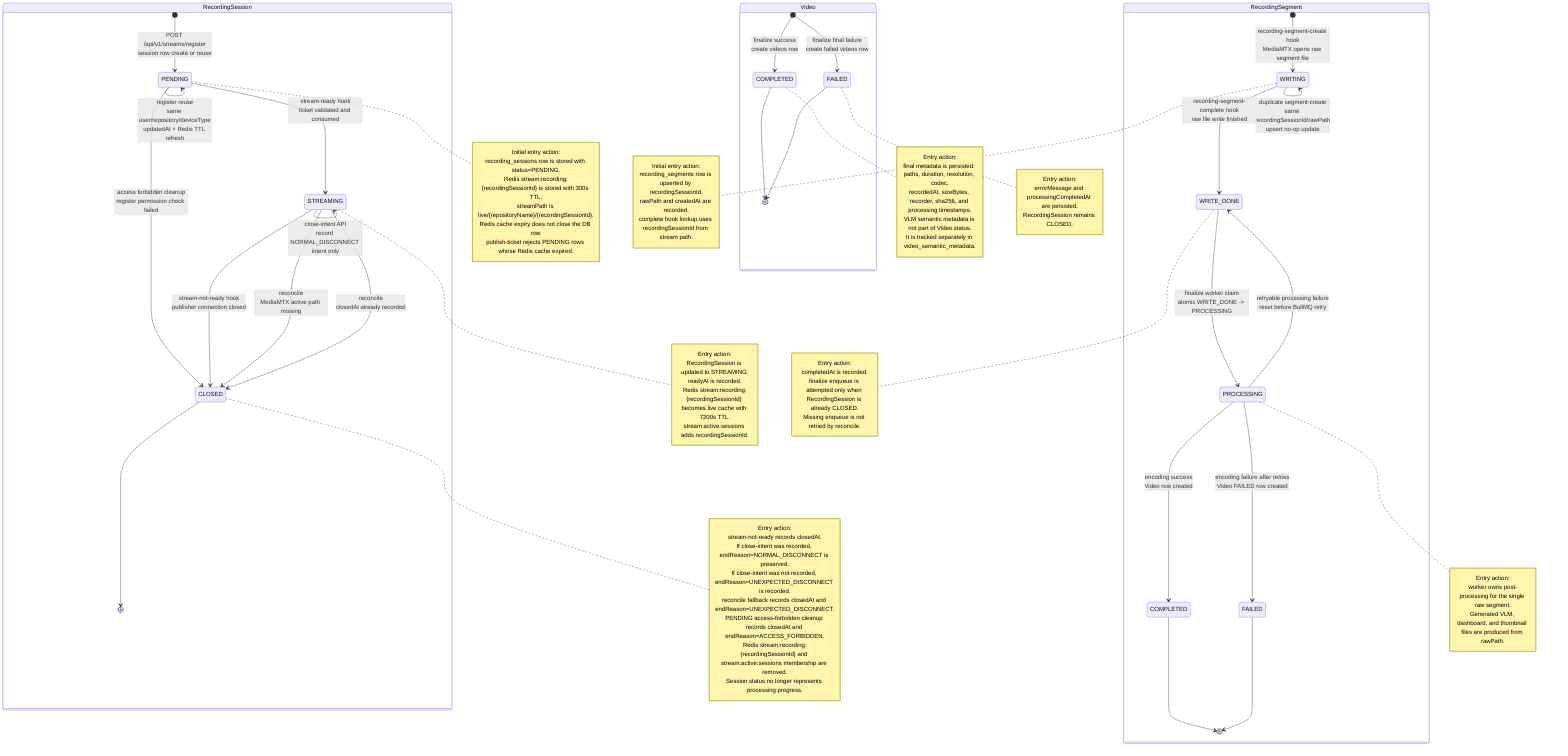
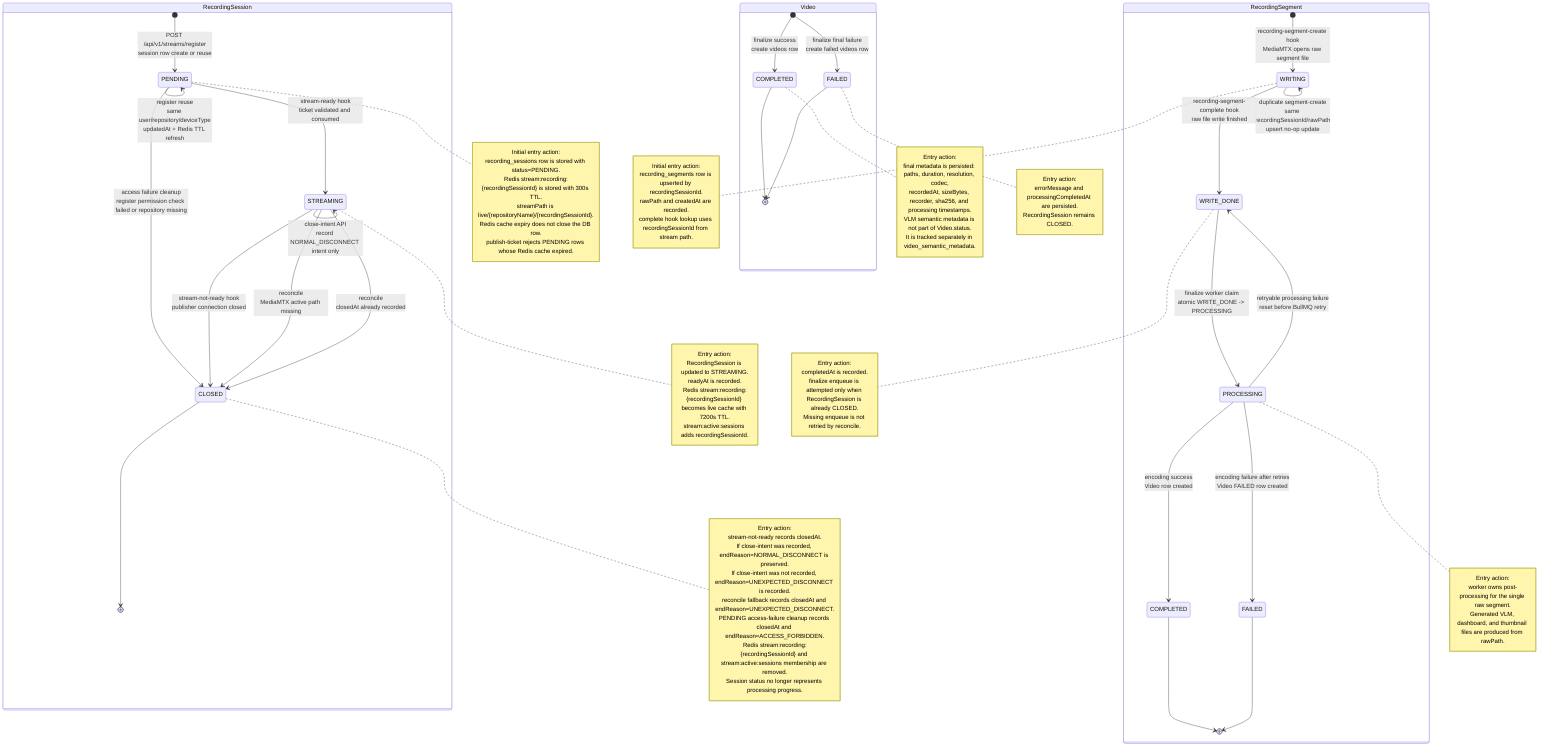
stateDiagram-v2
  state "RecordingSession" as RecordingSession {
    [*] --> RS_PENDING: POST /api/v1/streams/register<br/>session row create or reuse

    state "PENDING" as RS_PENDING
    state "STREAMING" as RS_STREAMING
    state "CLOSED" as RS_CLOSED

    note right of RS_PENDING
      Initial entry action:
      recording_sessions row is stored with status=PENDING.
      Redis stream:recording:{recordingSessionId} is stored with 300s TTL.
      streamPath is live/{repositoryName}/{recordingSessionId}.
      Redis cache expiry does not close the DB row.
      publish-ticket rejects PENDING rows whose Redis cache expired.
    end note

    RS_PENDING --> RS_PENDING: register reuse<br/>same user/repository/deviceType<br/>updatedAt + Redis TTL refresh
    RS_PENDING --> RS_STREAMING: stream-ready hook<br/>ticket validated and consumed
-     RS_PENDING --> RS_CLOSED: access forbidden cleanup<br/>register permission check failed
+     RS_PENDING --> RS_CLOSED: access failure cleanup<br/>register permission check failed or repository missing

    note right of RS_STREAMING
      Entry action:
      RecordingSession is updated to STREAMING.
      readyAt is recorded.
      Redis stream:recording:{recordingSessionId} becomes live cache with 7200s TTL.
      stream:active:sessions adds recordingSessionId.
    end note

    RS_STREAMING --> RS_STREAMING: close-intent API<br/>record NORMAL_DISCONNECT intent only
    RS_STREAMING --> RS_CLOSED: stream-not-ready hook<br/>publisher connection closed
    RS_STREAMING --> RS_CLOSED: reconcile<br/>MediaMTX active path missing
    RS_STREAMING --> RS_CLOSED: reconcile<br/>closedAt already recorded

    note right of RS_CLOSED
      Entry action:
      stream-not-ready records closedAt.
      If close-intent was recorded, endReason=NORMAL_DISCONNECT is preserved.
      If close-intent was not recorded, endReason=UNEXPECTED_DISCONNECT is recorded.
      reconcile fallback records closedAt and endReason=UNEXPECTED_DISCONNECT.
-       PENDING access-forbidden cleanup records closedAt and endReason=ACCESS_FORBIDDEN.
+       PENDING access-failure cleanup records closedAt and endReason=ACCESS_FORBIDDEN.
      Redis stream:recording:{recordingSessionId} and stream:active:sessions membership are removed.
      Session status no longer represents processing progress.
    end note

    RS_CLOSED --> [*]
  }

  state "RecordingSegment" as RecordingSegment {
    [*] --> SEG_WRITING: recording-segment-create hook<br/>MediaMTX opens raw segment file

    state "WRITING" as SEG_WRITING
    state "WRITE_DONE" as SEG_WRITE_DONE
    state "PROCESSING" as SEG_PROCESSING
    state "COMPLETED" as SEG_COMPLETED
    state "FAILED" as SEG_FAILED

    note right of SEG_WRITING
      Initial entry action:
      recording_segments row is upserted by recordingSessionId.
      rawPath and createdAt are recorded.
      complete hook lookup uses recordingSessionId from stream path.
    end note

    SEG_WRITING --> SEG_WRITING: duplicate segment-create<br/>same recordingSessionId/rawPath<br/>upsert no-op update
    SEG_WRITING --> SEG_WRITE_DONE: recording-segment-complete hook<br/>raw file write finished
    SEG_WRITE_DONE --> SEG_PROCESSING: finalize worker claim<br/>atomic WRITE_DONE -> PROCESSING
    SEG_PROCESSING --> SEG_WRITE_DONE: retryable processing failure<br/>reset before BullMQ retry
    SEG_PROCESSING --> SEG_COMPLETED: encoding success<br/>Video row created
    SEG_PROCESSING --> SEG_FAILED: encoding failure after retries<br/>Video FAILED row created

    note right of SEG_WRITE_DONE
      Entry action:
      completedAt is recorded.
      finalize enqueue is attempted only when RecordingSession is already CLOSED.
      Missing enqueue is not retried by reconcile.
    end note

    note right of SEG_PROCESSING
      Entry action:
      worker owns post-processing for the single raw segment.
      Generated VLM, dashboard, and thumbnail files are produced from rawPath.
    end note

    SEG_COMPLETED --> [*]
    SEG_FAILED --> [*]
  }

  state "Video" as Video {
    [*] --> VIDEO_COMPLETED: finalize success<br/>create videos row
    [*] --> VIDEO_FAILED: finalize final failure<br/>create failed videos row

    state "COMPLETED" as VIDEO_COMPLETED
    state "FAILED" as VIDEO_FAILED

    note right of VIDEO_COMPLETED
      Entry action:
      final metadata is persisted: paths, duration, resolution, codec,
      recordedAt, sizeBytes, recorder, sha256, and processing timestamps.
      VLM semantic metadata is not part of Video.status.
      It is tracked separately in video_semantic_metadata.
    end note

    note right of VIDEO_FAILED
      Entry action:
      errorMessage and processingCompletedAt are persisted.
      RecordingSession remains CLOSED.
    end note

    VIDEO_COMPLETED --> [*]
    VIDEO_FAILED --> [*]
  }

%% 참고:
%% RecordingSession.status는 streaming session 자체의 lifecycle만 표현한다.
%% 최초 PENDING 진입은 register API가 담당하고, STREAMING 진입은 stream-ready hook이 담당한다.
%% App 변경 필요:
%% App 종료 버튼은 legacy Stop API를 호출하지 않고
%% POST /api/v1/recordings/{recordingSessionId}/close-intent 를 먼저 호출한다.
%% body는 { "reason": "NORMAL_DISCONNECT" } 이며, 200 OK 이후 RTMP publisher socket을 정상 close한다.
%% close-intent는 RecordingSession.status를 바꾸지 않는 STREAMING self-loop이다.
%% publisher connection 종료는 stream-not-ready hook 또는 reconcile이 CLOSED로 반영한다.
%% MediaMTX stream-not-ready hook payload만으로 정상 close와 crash/reset을 완벽히 구분할 수는 없다.
%% recording session 하나는 RecordingSegment 하나만 가진다.
%% 최초 segment 진입은 segment-create hook의 WRITING row 생성이다.
%% segment-complete는 누락된 segment를 복구 생성하지 않고, 기존 단일 RecordingSegment만 WRITE_DONE으로 확정한 뒤 enqueue를 시도한다.
%% segment-complete hook이 누락되면 WRITING segment는 자동으로 WRITE_DONE/FAILED로 보정하지 않는다.
%% RecordingSegment.status가 raw segment write와 후처리 상태를 표현한다.
%% Video row는 finalize가 성공하거나 최종 실패했을 때 생성된다.
